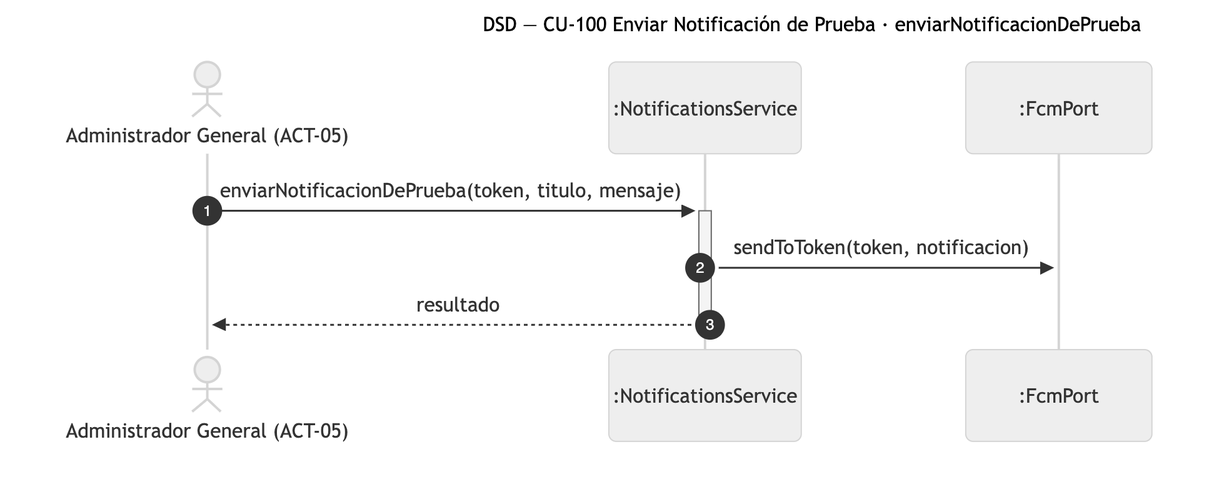
Before: diagramas/png/DSD_CU-100_enviarNotificacionDePrueba.png, a diagram exported from Mermaid (Nahuelito-Dev/splg-docs). Its source is kept beside it as diagramas/DSD_CU-100_enviarNotificacionDePrueba.mmd.
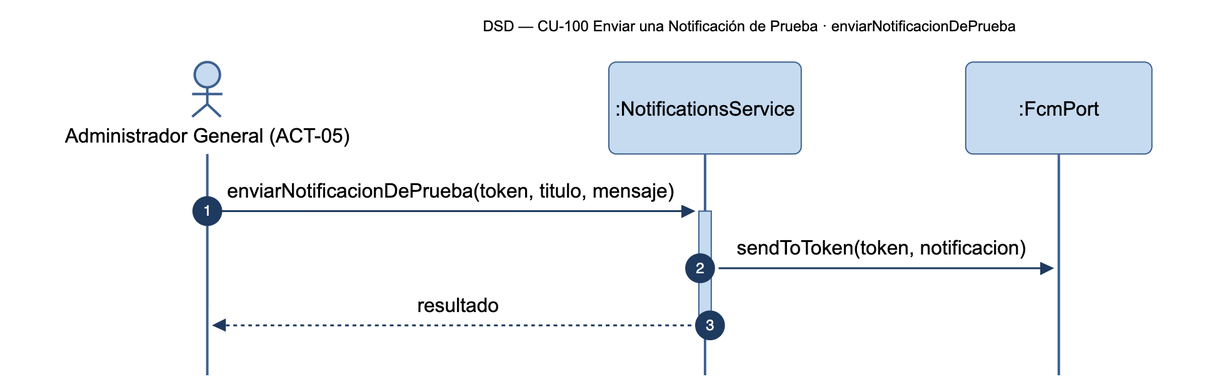
Later version of the same file.

The edit, as a diff of the source:
```diff
@@ -1,5 +1,5 @@
 sequenceDiagram
-    title DSD — CU-100 Enviar Notificación de Prueba · enviarNotificacionDePrueba
+    title DSD — CU-100 Enviar una Notificación de Prueba · enviarNotificacionDePrueba
     autonumber
     actor AGN as Administrador General (ACT-05)
     participant SRV as :NotificationsService
```
